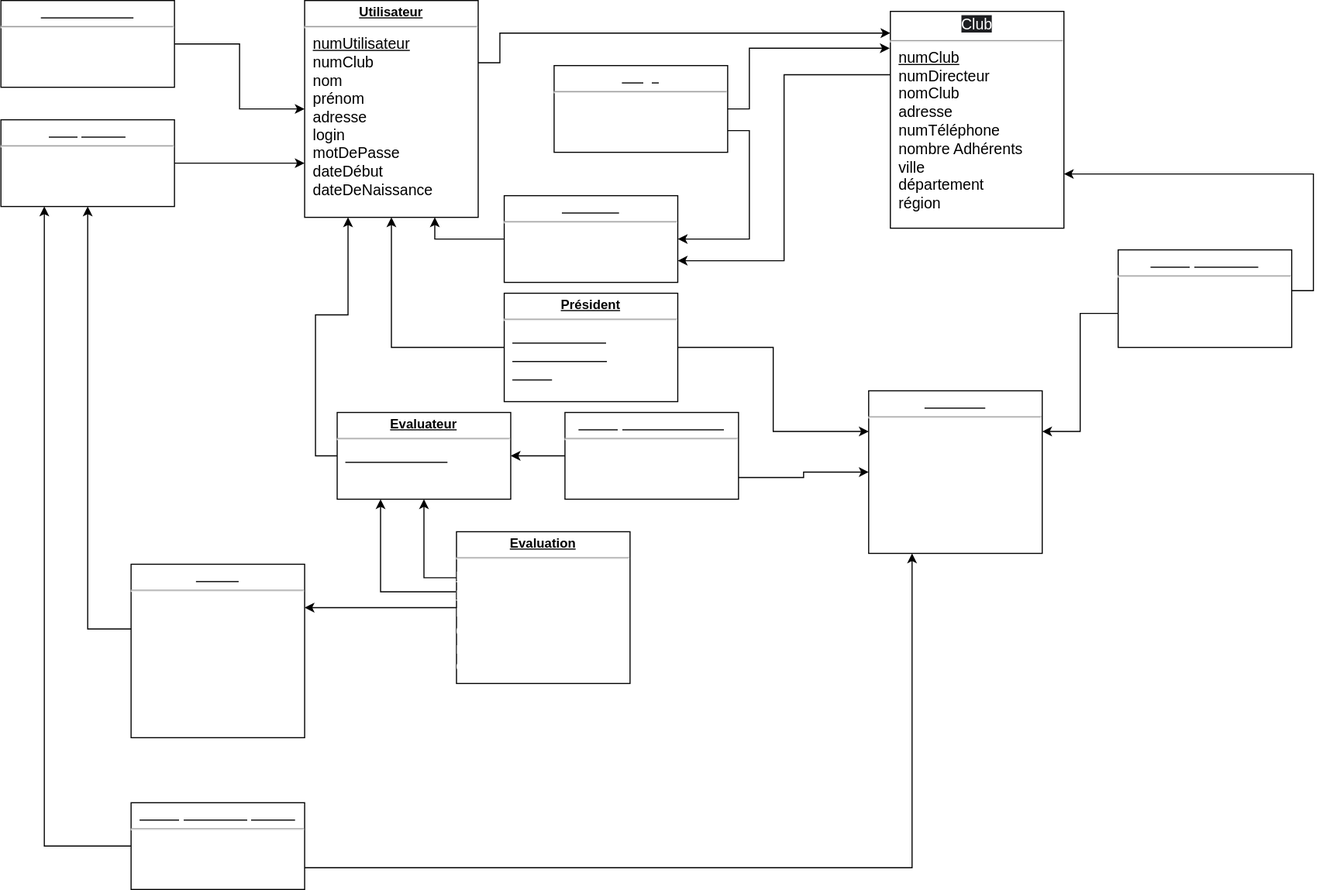
The draw.io diagram documentation/DiagrammeLogique.svg in Obscurimouille/concours-dessin, before a commit. Source tidied: cells renumbered, new cells last; positions are measured from the earlier drawing's top-left corner, leaving out a move shared by most shapes.
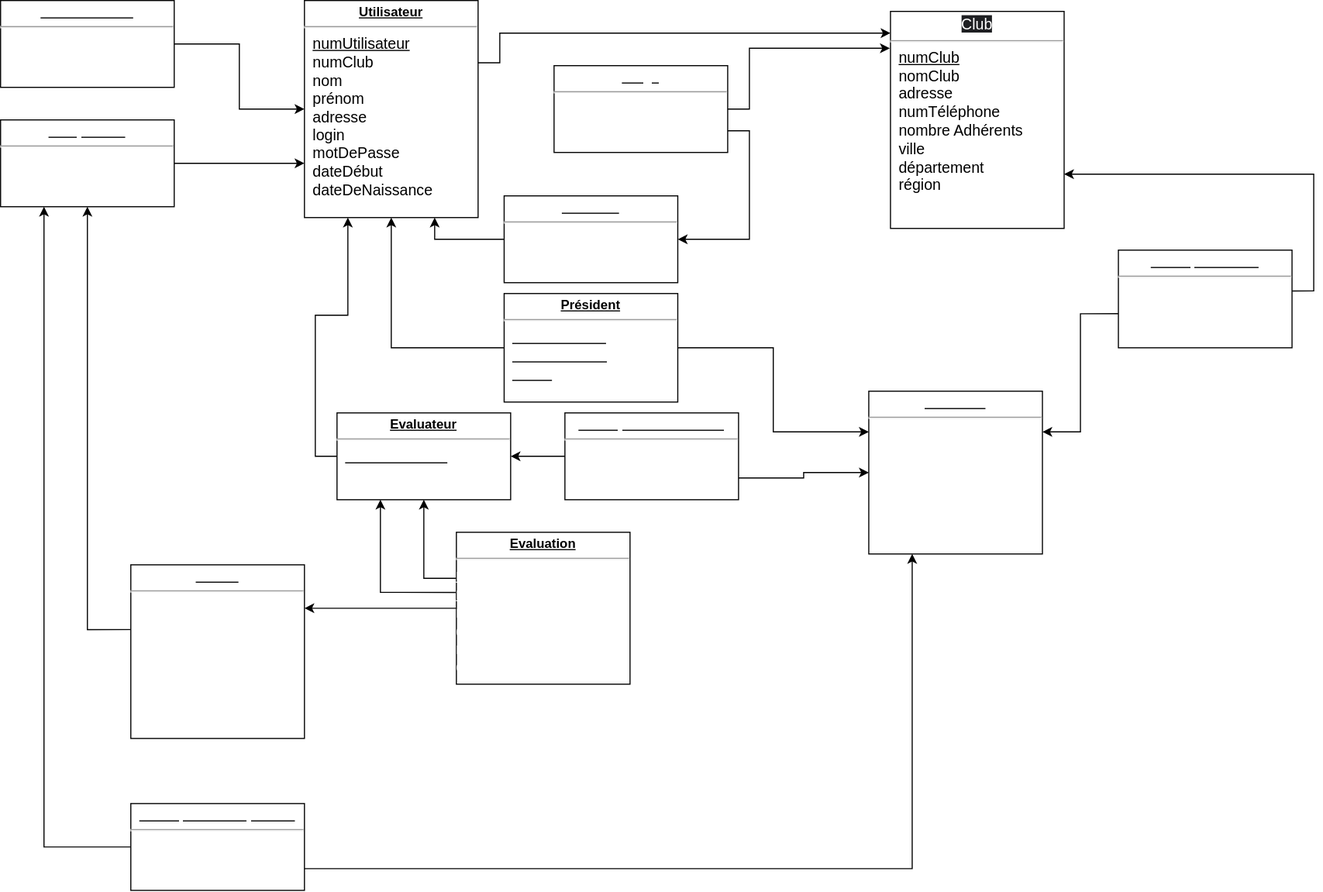
Later version of the same file.

The edit, as a diff of the source:
```diff
@@ -13,10 +13,7 @@
     <mxCell id="3" value="&lt;p style=&quot;margin: 4px 0px 0px; text-align: center;&quot;&gt;&lt;b style=&quot;&quot;&gt;&lt;u&gt;Utilisateur&lt;/u&gt;&lt;/b&gt;&lt;/p&gt;&lt;hr&gt;&lt;p style=&quot;margin:0px;margin-left:8px;&quot;&gt;&lt;u style=&quot;box-sizing: border-box; font-family: Helvetica, Arial, freesans, sans-serif; font-size: 14px;&quot;&gt;&lt;span style=&quot;box-sizing: border-box;&quot;&gt;numUtilisateur&lt;/span&gt;&lt;/u&gt;&lt;/p&gt;&lt;p style=&quot;margin:0px;margin-left:8px;&quot;&gt;&lt;span style=&quot;box-sizing: border-box; font-family: Helvetica, Arial, freesans, sans-serif; font-size: 14px;&quot;&gt;numClub&lt;/span&gt;&lt;/p&gt;&lt;p style=&quot;margin:0px;margin-left:8px;&quot;&gt;&lt;span style=&quot;box-sizing: border-box; font-family: Helvetica, Arial, freesans, sans-serif; font-size: 14px;&quot;&gt;nom&lt;/span&gt;&lt;/p&gt;&lt;p style=&quot;margin:0px;margin-left:8px;&quot;&gt;&lt;span style=&quot;box-sizing: border-box; font-family: Helvetica, Arial, freesans, sans-serif; font-size: 14px;&quot;&gt;prénom&lt;/span&gt;&lt;/p&gt;&lt;p style=&quot;margin:0px;margin-left:8px;&quot;&gt;&lt;span style=&quot;box-sizing: border-box; font-family: Helvetica, Arial, freesans, sans-serif; font-size: 14px;&quot;&gt;adresse&lt;/span&gt;&lt;/p&gt;&lt;p style=&quot;margin:0px;margin-left:8px;&quot;&gt;&lt;span style=&quot;box-sizing: border-box; font-family: Helvetica, Arial, freesans, sans-serif; font-size: 14px;&quot;&gt;login&lt;/span&gt;&lt;/p&gt;&lt;p style=&quot;margin:0px;margin-left:8px;&quot;&gt;&lt;span style=&quot;box-sizing: border-box; font-family: Helvetica, Arial, freesans, sans-serif; font-size: 14px;&quot;&gt;motDePasse&lt;/span&gt;&lt;/p&gt;&lt;p style=&quot;margin:0px;margin-left:8px;&quot;&gt;&lt;span style=&quot;box-sizing: border-box; font-family: Helvetica, Arial, freesans, sans-serif; font-size: 14px;&quot;&gt;dateDébut&lt;/span&gt;&lt;br&gt;&lt;/p&gt;&lt;p style=&quot;margin:0px;margin-left:8px;&quot;&gt;&lt;span style=&quot;box-sizing: border-box; font-family: Helvetica, Arial, freesans, sans-serif; font-size: 14px;&quot;&gt;dateDeNaissance&lt;/span&gt;&lt;/p&gt;" style="verticalAlign=top;align=left;overflow=fill;fontSize=12;fontFamily=Helvetica;html=1;" parent="1" vertex="1">
       <mxGeometry x="280" width="160" height="200" as="geometry" />
     </mxCell>
-    <mxCell id="4" style="edgeStyle=orthogonalEdgeStyle;rounded=0;jettySize=auto;html=1;exitX=0.003;exitY=0.292;exitDx=0;exitDy=0;entryX=1;entryY=0.75;entryDx=0;entryDy=0;fontColor=#FFFFFF;exitPerimeter=0;" parent="1" edge="1" source="5" target="20">
-      <mxGeometry relative="1" as="geometry" />
-    </mxCell>
-    <mxCell id="5" value="&lt;p style=&quot;margin: 4px 0px 0px; text-align: center;&quot;&gt;&lt;span style=&quot;font-family: Helvetica, Arial, freesans, sans-serif; font-size: 14px; text-align: start; background-color: rgb(30, 31, 34);&quot;&gt;&lt;font color=&quot;#ffffff&quot;&gt;Club&lt;/font&gt;&lt;/span&gt;&lt;br&gt;&lt;/p&gt;&lt;hr&gt;&lt;p style=&quot;margin:0px;margin-left:8px;&quot;&gt;&lt;u style=&quot;box-sizing: border-box; font-family: Helvetica, Arial, freesans, sans-serif; font-size: 14px;&quot;&gt;&lt;span style=&quot;box-sizing: border-box;&quot;&gt;numClub&lt;/span&gt;&lt;/u&gt;&lt;/p&gt;&lt;p style=&quot;margin:0px;margin-left:8px;&quot;&gt;&lt;span style=&quot;box-sizing: border-box; font-family: Helvetica, Arial, freesans, sans-serif; font-size: 14px;&quot;&gt;numDirecteur&lt;/span&gt;&lt;/p&gt;&lt;p style=&quot;margin:0px;margin-left:8px;&quot;&gt;&lt;span style=&quot;box-sizing: border-box; font-family: Helvetica, Arial, freesans, sans-serif; font-size: 14px;&quot;&gt;nomClub&lt;/span&gt;&lt;/p&gt;&lt;p style=&quot;margin:0px;margin-left:8px;&quot;&gt;&lt;span style=&quot;box-sizing: border-box; font-family: Helvetica, Arial, freesans, sans-serif; font-size: 14px;&quot;&gt;adresse&lt;/span&gt;&lt;/p&gt;&lt;p style=&quot;margin:0px;margin-left:8px;&quot;&gt;&lt;span style=&quot;box-sizing: border-box; font-family: Helvetica, Arial, freesans, sans-serif; font-size: 14px;&quot;&gt;numTéléphone&lt;/span&gt;&lt;/p&gt;&lt;p style=&quot;margin:0px;margin-left:8px;&quot;&gt;&lt;span style=&quot;box-sizing: border-box; font-family: Helvetica, Arial, freesans, sans-serif; font-size: 14px;&quot;&gt;nombre Adhérents&lt;/span&gt;&lt;/p&gt;&lt;p style=&quot;margin:0px;margin-left:8px;&quot;&gt;&lt;span style=&quot;box-sizing: border-box; font-family: Helvetica, Arial, freesans, sans-serif; font-size: 14px;&quot;&gt;ville&lt;/span&gt;&lt;/p&gt;&lt;p style=&quot;margin:0px;margin-left:8px;&quot;&gt;&lt;span style=&quot;box-sizing: border-box; font-family: Helvetica, Arial, freesans, sans-serif; font-size: 14px;&quot;&gt;département&lt;/span&gt;&lt;/p&gt;&lt;p style=&quot;margin:0px;margin-left:8px;&quot;&gt;&lt;span style=&quot;box-sizing: border-box; font-family: Helvetica, Arial, freesans, sans-serif; font-size: 14px;&quot;&gt;région&lt;/span&gt;&lt;br&gt;&lt;/p&gt;" style="verticalAlign=top;align=left;overflow=fill;fontSize=12;fontFamily=Helvetica;html=1;" parent="1" vertex="1">
+    <mxCell id="5" value="&lt;p style=&quot;margin: 4px 0px 0px; text-align: center;&quot;&gt;&lt;span style=&quot;font-family: Helvetica, Arial, freesans, sans-serif; font-size: 14px; text-align: start; background-color: rgb(30, 31, 34);&quot;&gt;&lt;font color=&quot;#ffffff&quot;&gt;Club&lt;/font&gt;&lt;/span&gt;&lt;br&gt;&lt;/p&gt;&lt;hr&gt;&lt;p style=&quot;margin:0px;margin-left:8px;&quot;&gt;&lt;u style=&quot;box-sizing: border-box; font-family: Helvetica, Arial, freesans, sans-serif; font-size: 14px;&quot;&gt;&lt;span style=&quot;box-sizing: border-box;&quot;&gt;numClub&lt;/span&gt;&lt;/u&gt;&lt;/p&gt;&lt;p style=&quot;margin:0px;margin-left:8px;&quot;&gt;&lt;span style=&quot;box-sizing: border-box; font-family: Helvetica, Arial, freesans, sans-serif; font-size: 14px;&quot;&gt;nomClub&lt;/span&gt;&lt;/p&gt;&lt;p style=&quot;margin:0px;margin-left:8px;&quot;&gt;&lt;span style=&quot;box-sizing: border-box; font-family: Helvetica, Arial, freesans, sans-serif; font-size: 14px;&quot;&gt;adresse&lt;/span&gt;&lt;/p&gt;&lt;p style=&quot;margin:0px;margin-left:8px;&quot;&gt;&lt;span style=&quot;box-sizing: border-box; font-family: Helvetica, Arial, freesans, sans-serif; font-size: 14px;&quot;&gt;numTéléphone&lt;/span&gt;&lt;/p&gt;&lt;p style=&quot;margin:0px;margin-left:8px;&quot;&gt;&lt;span style=&quot;box-sizing: border-box; font-family: Helvetica, Arial, freesans, sans-serif; font-size: 14px;&quot;&gt;nombre Adhérents&lt;/span&gt;&lt;/p&gt;&lt;p style=&quot;margin:0px;margin-left:8px;&quot;&gt;&lt;span style=&quot;box-sizing: border-box; font-family: Helvetica, Arial, freesans, sans-serif; font-size: 14px;&quot;&gt;ville&lt;/span&gt;&lt;/p&gt;&lt;p style=&quot;margin:0px;margin-left:8px;&quot;&gt;&lt;span style=&quot;box-sizing: border-box; font-family: Helvetica, Arial, freesans, sans-serif; font-size: 14px;&quot;&gt;département&lt;/span&gt;&lt;/p&gt;&lt;p style=&quot;margin:0px;margin-left:8px;&quot;&gt;&lt;span style=&quot;box-sizing: border-box; font-family: Helvetica, Arial, freesans, sans-serif; font-size: 14px;&quot;&gt;région&lt;/span&gt;&lt;br&gt;&lt;/p&gt;" style="verticalAlign=top;align=left;overflow=fill;fontSize=12;fontFamily=Helvetica;html=1;" parent="1" vertex="1">
       <mxGeometry x="820" y="10" width="160" height="200" as="geometry" />
     </mxCell>
     <mxCell id="6" style="edgeStyle=orthogonalEdgeStyle;rounded=0;jettySize=auto;html=1;exitX=0;exitY=0.5;exitDx=0;exitDy=0;fontColor=#FFFFFF;entryX=0.5;entryY=1;entryDx=0;entryDy=0;" parent="1" edge="1" source="8" target="3">
```
